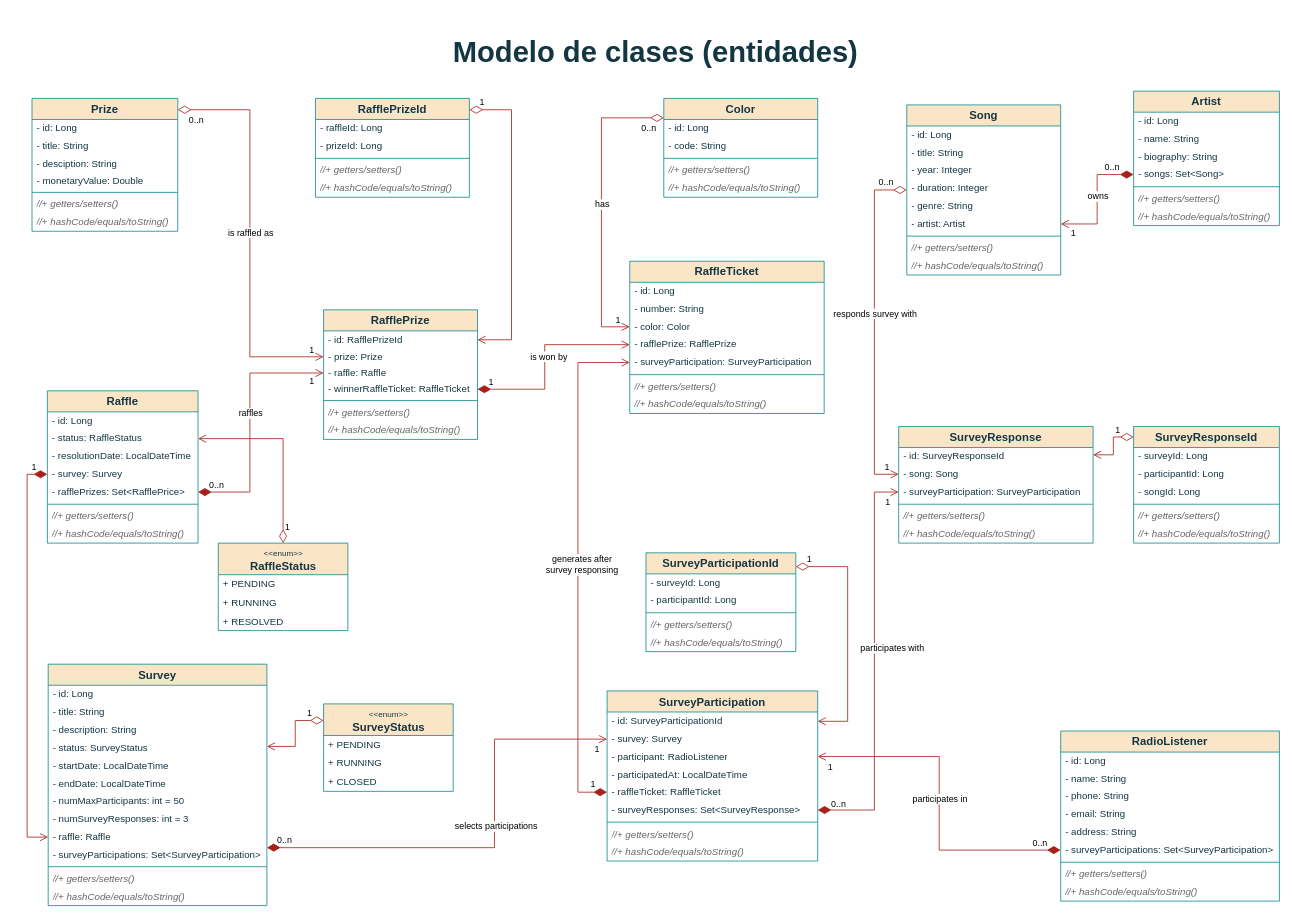
davorpa/musical-surveyor-springboot-api keeps this draw.io diagram as page "Modelo de Clases (entidades)" (5 of 6) of docs/diagramas-proyecto-01.drawio. Above is the earlier version. Source tidied: cells renumbered, new cells numbered last; positions are measured from the earlier drawing's top-left corner, leaving out a move shared by most shapes. Both pictures are drawn from the tidied source at 81%, with x=0, y=0 at pixel (27, 26).
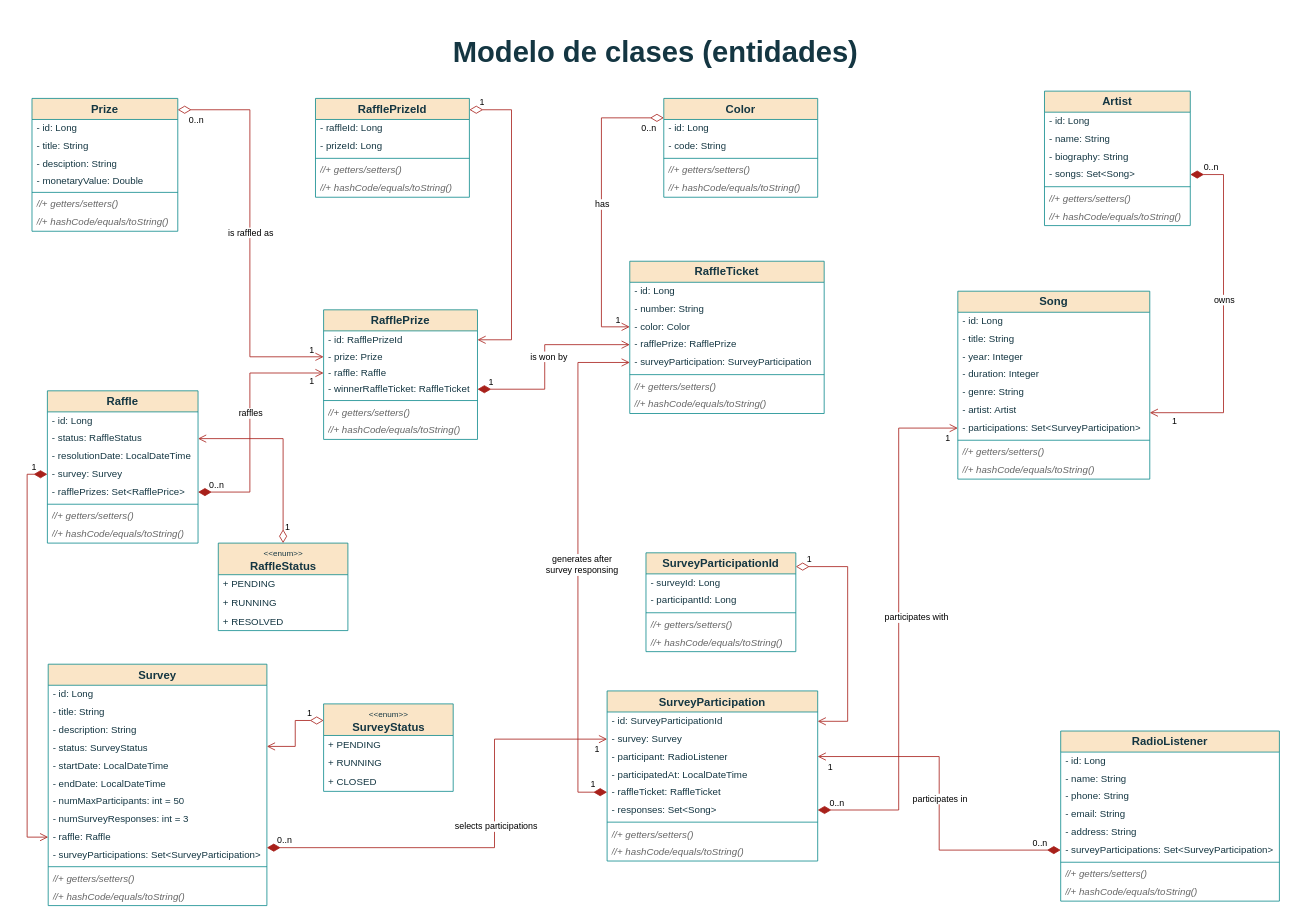
The same page after the edit.

Commit message (it also covers changes not shown here):
docs: reflect in class model diagram the bidirectional relationship between `SurveyParticipation` and `Song`

The change refers to these unchanged cells:
```xml
<mxCell id="17" value="- songs: Set&amp;lt;Song&amp;gt;" style="text;strokeColor=none;fillColor=none;align=left;verticalAlign=middle;spacingLeft=4;spacingRight=4;overflow=hidden;points=[[0,0.5],[1,0.5]];portConstraint=eastwest;whiteSpace=wrap;html=1;fontSize=12;fontColor=#143642;labelBackgroundColor=none;" parent="13" vertex="1">
  <mxGeometry y="92" width="180" height="22" as="geometry" />
</mxCell>
<mxCell id="31" value="SurveyParticipation" style="swimlane;fontStyle=1;align=center;verticalAlign=middle;horizontal=1;startSize=26;whiteSpace=wrap;html=1;fontSize=14;strokeColor=#0F8B8D;fontColor=#143642;fillColor=#FAE5C7;labelBackgroundColor=none;" parent="1" vertex="1">
  <mxGeometry x="716" y="820.5" width="260" height="210" as="geometry" />
</mxCell>
```

Diff of the diagram source:
```diff
@@
     <mxCell id="13" value="Artist" style="swimlane;fontStyle=1;align=center;verticalAlign=middle;horizontal=1;startSize=26;whiteSpace=wrap;html=1;fontSize=14;strokeColor=#0F8B8D;fontColor=#143642;fillColor=#FAE5C7;labelBackgroundColor=none;" parent="1" vertex="1">
-      <mxGeometry x="1366" y="80" width="180" height="166" as="geometry" />
+      <mxGeometry x="1256" y="80" width="180" height="166" as="geometry" />
     </mxCell>
@@
     <mxCell id="21" value="Song" style="swimlane;fontStyle=1;align=center;verticalAlign=middle;horizontal=1;startSize=26;whiteSpace=wrap;html=1;fontSize=14;strokeColor=#0F8B8D;fontColor=#143642;fillColor=#FAE5C7;labelBackgroundColor=none;" parent="1" vertex="1">
-      <mxGeometry x="1086" y="97" width="190" height="210" as="geometry" />
+      <mxGeometry x="1149" y="327" width="237" height="232" as="geometry" />
     </mxCell>
     <mxCell id="22" value="- id: Long" style="text;strokeColor=none;fillColor=none;align=left;verticalAlign=middle;spacingLeft=4;spacingRight=4;overflow=hidden;whiteSpace=wrap;html=1;fontSize=12;fontColor=#143642;labelBackgroundColor=none;" parent="21" vertex="1">
-      <mxGeometry y="26" width="190" height="22" as="geometry" />
+      <mxGeometry y="26" width="237" height="22" as="geometry" />
     </mxCell>
     <mxCell id="23" value="- title: String" style="text;strokeColor=none;fillColor=none;align=left;verticalAlign=middle;spacingLeft=4;spacingRight=4;overflow=hidden;whiteSpace=wrap;html=1;fontSize=12;fontColor=#143642;labelBackgroundColor=none;" parent="21" vertex="1">
-      <mxGeometry y="48" width="190" height="22" as="geometry" />
+      <mxGeometry y="48" width="237" height="22" as="geometry" />
     </mxCell>
     <mxCell id="24" value="- year: Integer" style="text;strokeColor=none;fillColor=none;align=left;verticalAlign=middle;spacingLeft=4;spacingRight=4;overflow=hidden;whiteSpace=wrap;html=1;fontSize=12;fontColor=#143642;labelBackgroundColor=none;" parent="21" vertex="1">
-      <mxGeometry y="70" width="190" height="22" as="geometry" />
+      <mxGeometry y="70" width="237" height="22" as="geometry" />
     </mxCell>
     <mxCell id="25" value="- duration: Integer" style="text;strokeColor=none;fillColor=none;align=left;verticalAlign=middle;spacingLeft=4;spacingRight=4;overflow=hidden;whiteSpace=wrap;html=1;fontSize=12;fontColor=#143642;labelBackgroundColor=none;" parent="21" vertex="1">
-      <mxGeometry y="92" width="190" height="22" as="geometry" />
+      <mxGeometry y="92" width="237" height="22" as="geometry" />
     </mxCell>
     <mxCell id="26" value="- genre: String" style="text;strokeColor=none;fillColor=none;align=left;verticalAlign=middle;spacingLeft=4;spacingRight=4;overflow=hidden;whiteSpace=wrap;html=1;fontSize=12;fontColor=#143642;labelBackgroundColor=none;" parent="21" vertex="1">
-      <mxGeometry y="114" width="190" height="22" as="geometry" />
+      <mxGeometry y="114" width="237" height="22" as="geometry" />
     </mxCell>
     <mxCell id="27" value="- artist: Artist" style="text;strokeColor=none;fillColor=none;align=left;verticalAlign=middle;spacingLeft=4;spacingRight=4;overflow=hidden;points=[[0,0.5],[1,0.5]];portConstraint=eastwest;whiteSpace=wrap;html=1;fontSize=12;fontColor=#143642;labelBackgroundColor=none;" parent="21" vertex="1">
-      <mxGeometry y="136" width="190" height="22" as="geometry" />
+      <mxGeometry y="136" width="237" height="22" as="geometry" />
     </mxCell>
+    <mxCell id="165" value="- participations: Set&amp;lt;SurveyParticipation&amp;gt;" style="text;strokeColor=none;fillColor=none;align=left;verticalAlign=middle;spacingLeft=4;spacingRight=4;overflow=hidden;points=[[0,0.5],[1,0.5]];portConstraint=eastwest;whiteSpace=wrap;html=1;fontSize=12;fontColor=#143642;labelBackgroundColor=none;" parent="21" vertex="1">
+      <mxGeometry y="158" width="237" height="22" as="geometry" />
+    </mxCell>
     <mxCell id="28" style="line;strokeWidth=1;fillColor=none;align=left;verticalAlign=top;spacingTop=-1;spacingLeft=3;spacingRight=3;labelPosition=right;strokeColor=#0F8B8D;fontSize=16;fontColor=#143642;labelBackgroundColor=none;" parent="21" vertex="1">
-      <mxGeometry y="158" width="190" height="8" as="geometry" />
+      <mxGeometry y="180" width="237" height="8" as="geometry" />
     </mxCell>
     <mxCell id="29" value="//+ getters/setters()" style="text;strokeColor=none;fillColor=none;align=left;verticalAlign=middle;spacingLeft=4;spacingRight=4;overflow=hidden;whiteSpace=wrap;html=1;fontSize=12;fontColor=#666666;fontStyle=2;labelBackgroundColor=none;" parent="21" vertex="1">
-      <mxGeometry y="166" width="190" height="22" as="geometry" />
+      <mxGeometry y="188" width="237" height="22" as="geometry" />
     </mxCell>
     <mxCell id="30" value="//+ hashCode/equals/toString()" style="text;strokeColor=none;fillColor=none;align=left;verticalAlign=middle;spacingLeft=4;spacingRight=4;overflow=hidden;whiteSpace=wrap;html=1;fontSize=12;fontColor=#666666;fontStyle=2;labelBackgroundColor=none;" parent="21" vertex="1">
-      <mxGeometry y="188" width="190" height="22" as="geometry" />
+      <mxGeometry y="210" width="237" height="22" as="geometry" />
     </mxCell>
@@
-    <mxCell id="37" value="- surveyResponses: Set&amp;lt;SurveyResponse&amp;gt;" style="text;strokeColor=none;fillColor=none;align=left;verticalAlign=middle;spacingLeft=4;spacingRight=4;overflow=hidden;points=[[0,0.5],[1,0.5]];portConstraint=eastwest;whiteSpace=wrap;html=1;fontSize=12;fontColor=#143642;labelBackgroundColor=none;" parent="31" vertex="1">
+    <mxCell id="37" value="- responses: Set&amp;lt;Song&amp;gt;" style="text;strokeColor=none;fillColor=none;align=left;verticalAlign=middle;spacingLeft=4;spacingRight=4;overflow=hidden;points=[[0,0.5],[1,0.5]];portConstraint=eastwest;whiteSpace=wrap;html=1;fontSize=12;fontColor=#143642;labelBackgroundColor=none;" parent="31" vertex="1">
       <mxGeometry y="136" width="260" height="22" as="geometry" />
     </mxCell>
@@
-    <mxCell id="70" value="SurveyResponse" style="swimlane;fontStyle=1;align=center;verticalAlign=middle;horizontal=1;startSize=26;whiteSpace=wrap;html=1;fontSize=14;strokeColor=#0F8B8D;fontColor=#143642;fillColor=#FAE5C7;labelBackgroundColor=none;" parent="1" vertex="1">
-      <mxGeometry x="1076" y="494" width="240" height="144" as="geometry" />
-    </mxCell>
-    <mxCell id="71" value="- id: SurveyResponseId" style="text;strokeColor=none;fillColor=none;align=left;verticalAlign=middle;spacingLeft=4;spacingRight=4;overflow=hidden;whiteSpace=wrap;html=1;fontSize=12;fontColor=#143642;labelBackgroundColor=none;" parent="70" vertex="1">
-      <mxGeometry y="26" width="240" height="22" as="geometry" />
-    </mxCell>
-    <mxCell id="72" value="- song: Song" style="text;strokeColor=none;fillColor=none;align=left;verticalAlign=middle;spacingLeft=4;spacingRight=4;overflow=hidden;points=[[0,0.5],[1,0.5]];portConstraint=eastwest;whiteSpace=wrap;html=1;fontSize=12;fontColor=#143642;labelBackgroundColor=none;" parent="70" vertex="1">
-      <mxGeometry y="48" width="240" height="22" as="geometry" />
-    </mxCell>
-    <mxCell id="73" value="- surveyParticipation: SurveyParticipation" style="text;strokeColor=none;fillColor=none;align=left;verticalAlign=middle;spacingLeft=4;spacingRight=4;overflow=hidden;points=[[0,0.5],[1,0.5]];portConstraint=eastwest;whiteSpace=wrap;html=1;fontSize=12;fontColor=#143642;labelBackgroundColor=none;" parent="70" vertex="1">
-      <mxGeometry y="70" width="240" height="22" as="geometry" />
-    </mxCell>
-    <mxCell id="74" style="line;strokeWidth=1;fillColor=none;align=left;verticalAlign=top;spacingTop=-1;spacingLeft=3;spacingRight=3;labelPosition=right;strokeColor=#0F8B8D;fontSize=16;fontColor=#143642;labelBackgroundColor=none;" parent="70" vertex="1">
-      <mxGeometry y="92" width="240" height="8" as="geometry" />
-    </mxCell>
-    <mxCell id="75" value="//+ getters/setters()" style="text;strokeColor=none;fillColor=none;align=left;verticalAlign=middle;spacingLeft=4;spacingRight=4;overflow=hidden;whiteSpace=wrap;html=1;fontSize=12;fontColor=#666666;fontStyle=2;labelBackgroundColor=none;" parent="70" vertex="1">
-      <mxGeometry y="100" width="240" height="22" as="geometry" />
-    </mxCell>
-    <mxCell id="76" value="//+ hashCode/equals/toString()" style="text;strokeColor=none;fillColor=none;align=left;verticalAlign=middle;spacingLeft=4;spacingRight=4;overflow=hidden;whiteSpace=wrap;html=1;fontSize=12;fontColor=#666666;fontStyle=2;labelBackgroundColor=none;" parent="70" vertex="1">
-      <mxGeometry y="122" width="240" height="22" as="geometry" />
-    </mxCell>
@@
-    <mxCell id="118" value="SurveyResponseId" style="swimlane;fontStyle=1;align=center;verticalAlign=middle;horizontal=1;startSize=26;whiteSpace=wrap;html=1;fontSize=14;strokeColor=#0F8B8D;fontColor=#143642;fillColor=#FAE5C7;labelBackgroundColor=none;" parent="1" vertex="1">
-      <mxGeometry x="1366" y="494" width="180" height="144" as="geometry" />
-    </mxCell>
-    <mxCell id="119" value="- surveyId: Long" style="text;strokeColor=none;fillColor=none;align=left;verticalAlign=middle;spacingLeft=4;spacingRight=4;overflow=hidden;whiteSpace=wrap;html=1;fontSize=12;fontColor=#143642;labelBackgroundColor=none;" parent="118" vertex="1">
-      <mxGeometry y="26" width="180" height="22" as="geometry" />
-    </mxCell>
-    <mxCell id="120" value="- participantId: Long" style="text;strokeColor=none;fillColor=none;align=left;verticalAlign=middle;spacingLeft=4;spacingRight=4;overflow=hidden;whiteSpace=wrap;html=1;fontSize=12;fontColor=#143642;labelBackgroundColor=none;" parent="118" vertex="1">
-      <mxGeometry y="48" width="180" height="22" as="geometry" />
-    </mxCell>
-    <mxCell id="121" value="- songId: Long" style="text;strokeColor=none;fillColor=none;align=left;verticalAlign=middle;spacingLeft=4;spacingRight=4;overflow=hidden;whiteSpace=wrap;html=1;fontSize=12;fontColor=#143642;labelBackgroundColor=none;" parent="118" vertex="1">
-      <mxGeometry y="70" width="180" height="22" as="geometry" />
-    </mxCell>
-    <mxCell id="122" style="line;strokeWidth=1;fillColor=none;align=left;verticalAlign=top;spacingTop=-1;spacingLeft=3;spacingRight=3;labelPosition=right;strokeColor=#0F8B8D;fontSize=16;fontColor=#143642;labelBackgroundColor=none;" parent="118" vertex="1">
-      <mxGeometry y="92" width="180" height="8" as="geometry" />
-    </mxCell>
-    <mxCell id="123" value="//+ getters/setters()" style="text;strokeColor=none;fillColor=none;align=left;verticalAlign=middle;spacingLeft=4;spacingRight=4;overflow=hidden;whiteSpace=wrap;html=1;fontSize=12;fontColor=#666666;fontStyle=2;labelBackgroundColor=none;" parent="118" vertex="1">
-      <mxGeometry y="100" width="180" height="22" as="geometry" />
-    </mxCell>
-    <mxCell id="124" value="//+ hashCode/equals/toString()" style="text;strokeColor=none;fillColor=none;align=left;verticalAlign=middle;spacingLeft=4;spacingRight=4;overflow=hidden;whiteSpace=wrap;html=1;fontSize=12;fontColor=#666666;fontStyle=2;labelBackgroundColor=none;" parent="118" vertex="1">
-      <mxGeometry y="122" width="180" height="22" as="geometry" />
-    </mxCell>
@@
-    <mxCell id="152" value="0..n" style="endArrow=open;html=1;endSize=8;startArrow=diamondThin;startSize=14;startFill=1;edgeStyle=orthogonalEdgeStyle;align=right;verticalAlign=bottom;rounded=0;labelBackgroundColor=none;strokeColor=#A8201A;fontFamily=Helvetica;fontSize=11;fontColor=default;shape=connector;" parent="1" edge="1" source="17" target="27">
-      <mxGeometry x="-0.79" relative="1" as="geometry" />
+    <mxCell id="152" value="0..n" style="endArrow=open;html=1;endSize=8;startArrow=diamondThin;startSize=14;startFill=1;edgeStyle=orthogonalEdgeStyle;align=left;verticalAlign=bottom;rounded=0;labelBackgroundColor=none;strokeColor=#A8201A;fontFamily=Helvetica;fontSize=11;fontColor=default;shape=connector;" parent="1" edge="1" source="17" target="27">
+      <mxGeometry x="-0.93" relative="1" as="geometry">
+        <Array as="points">
+          <mxPoint x="1477" y="183" />
+          <mxPoint x="1477" y="477" />
+        </Array>
+      </mxGeometry>
     </mxCell>
@@
-    <mxCell id="155" value="0..n" style="endArrow=open;html=1;endSize=8;startArrow=diamondThin;startSize=14;startFill=0;edgeStyle=orthogonalEdgeStyle;align=right;verticalAlign=bottom;rounded=0;labelBackgroundColor=none;strokeColor=#A8201A;fontFamily=Helvetica;fontSize=11;fontColor=default;shape=connector;" parent="1" edge="1" source="21" target="72">
-      <mxGeometry x="-0.93" relative="1" as="geometry">
-        <Array as="points">
-          <mxPoint x="1046" y="202" />
-          <mxPoint x="1046" y="553" />
-        </Array>
-      </mxGeometry>
-    </mxCell>
-    <mxCell id="156" value="1" style="edgeLabel;html=1;align=right;verticalAlign=bottom;fontSize=11;fontFamily=Helvetica;fontColor=default;" parent="155" vertex="1">
-      <mxGeometry x="0.89" y="-1" relative="1" as="geometry">
-        <mxPoint x="12" y="-2" as="offset" />
-      </mxGeometry>
-    </mxCell>
-    <mxCell id="157" value="responds survey with" style="edgeLabel;html=1;align=center;verticalAlign=middle;fontSize=11;fontFamily=Helvetica;fontColor=default;" parent="155" vertex="1">
-      <mxGeometry x="-0.1" relative="1" as="geometry">
-        <mxPoint y="3" as="offset" />
-      </mxGeometry>
-    </mxCell>
-    <mxCell id="158" value="1" style="endArrow=open;html=1;endSize=8;startArrow=diamondThin;startSize=14;startFill=0;edgeStyle=orthogonalEdgeStyle;align=right;verticalAlign=bottom;rounded=0;labelBackgroundColor=none;strokeColor=#A8201A;fontFamily=Helvetica;fontSize=11;fontColor=default;shape=connector;" parent="1" edge="1" source="118" target="70">
-      <mxGeometry x="-0.58" relative="1" as="geometry">
-        <Array as="points">
-          <mxPoint x="1341" y="507" />
-          <mxPoint x="1341" y="529" />
-        </Array>
-      </mxGeometry>
-    </mxCell>
@@
-    <mxCell id="162" value="0..n" style="endArrow=open;html=1;endSize=8;startArrow=diamondThin;startSize=14;startFill=1;edgeStyle=orthogonalEdgeStyle;align=left;verticalAlign=bottom;rounded=0;labelBackgroundColor=none;strokeColor=#A8201A;fontFamily=Helvetica;fontSize=11;fontColor=default;shape=connector;" parent="1" edge="1" source="37" target="73">
-      <mxGeometry x="-0.94" y="-1" relative="1" as="geometry">
+    <mxCell id="162" value="0..n" style="endArrow=open;html=1;endSize=8;startArrow=diamondThin;startSize=14;startFill=1;edgeStyle=orthogonalEdgeStyle;align=left;verticalAlign=bottom;rounded=0;labelBackgroundColor=none;strokeColor=#A8201A;fontFamily=Helvetica;fontSize=11;fontColor=default;shape=connector;" parent="1" edge="1" source="37" target="165">
+      <mxGeometry x="-0.96" y="1" relative="1" as="geometry">
         <Array as="points">
-          <mxPoint x="1046" y="968" />
-          <mxPoint x="1046" y="575" />
+          <mxPoint x="1076" y="968" />
+          <mxPoint x="1076" y="496" />
         </Array>
+        <mxPoint y="1" as="offset" />
       </mxGeometry>
     </mxCell>
     <mxCell id="163" value="1" style="edgeLabel;html=1;align=right;verticalAlign=top;fontSize=11;fontFamily=Helvetica;fontColor=default;spacing=2;" parent="162" vertex="1">
       <mxGeometry x="0.89" y="-1" relative="1" as="geometry">
-        <mxPoint x="17" y="-1" as="offset" />
+        <mxPoint x="26" y="-1" as="offset" />
       </mxGeometry>
     </mxCell>
```
